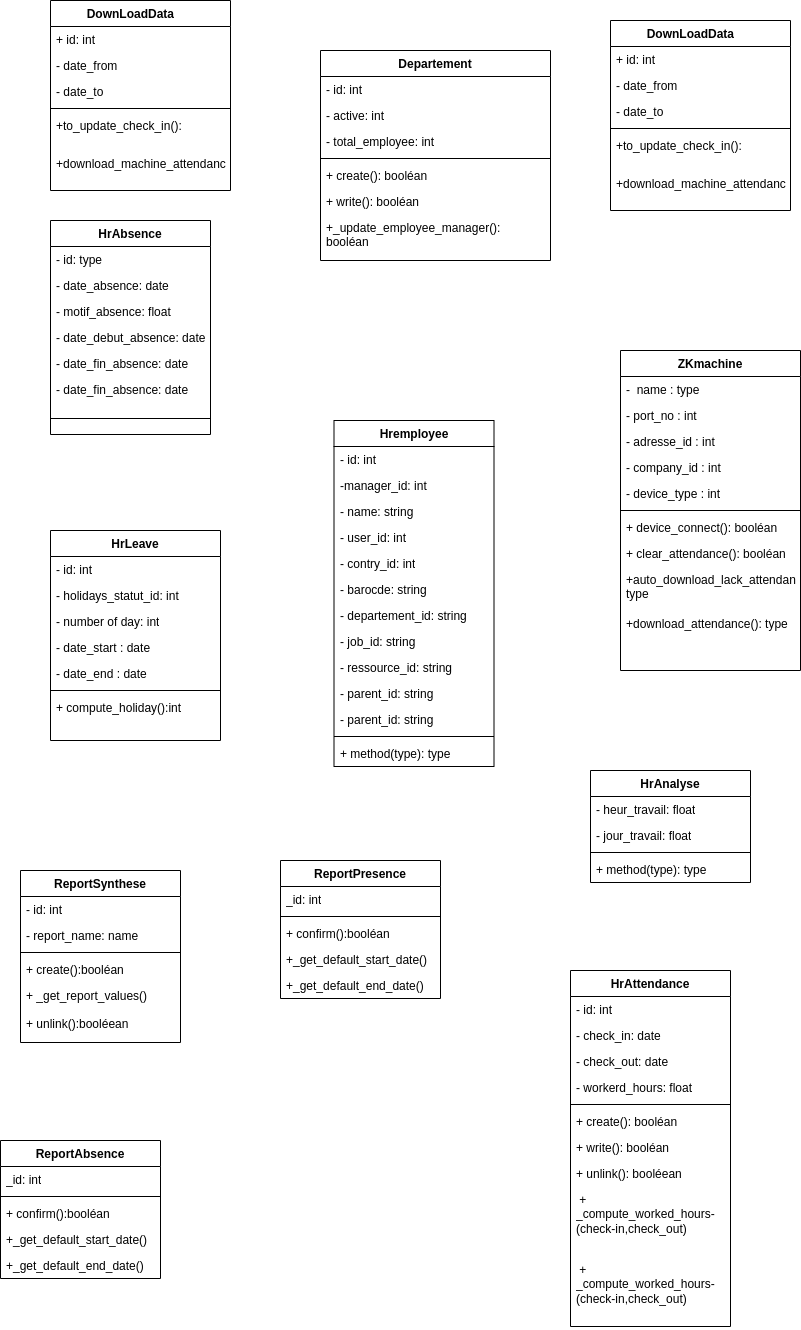
Siluearsene/borne_biometrique keeps this draw.io diagram as static/Diagramme de classe.drawio.png. Above is the earlier version. Source tidied: cells renumbered, new cells last; positions are measured from the earlier drawing's top-left corner, leaving out a move shared by most shapes.
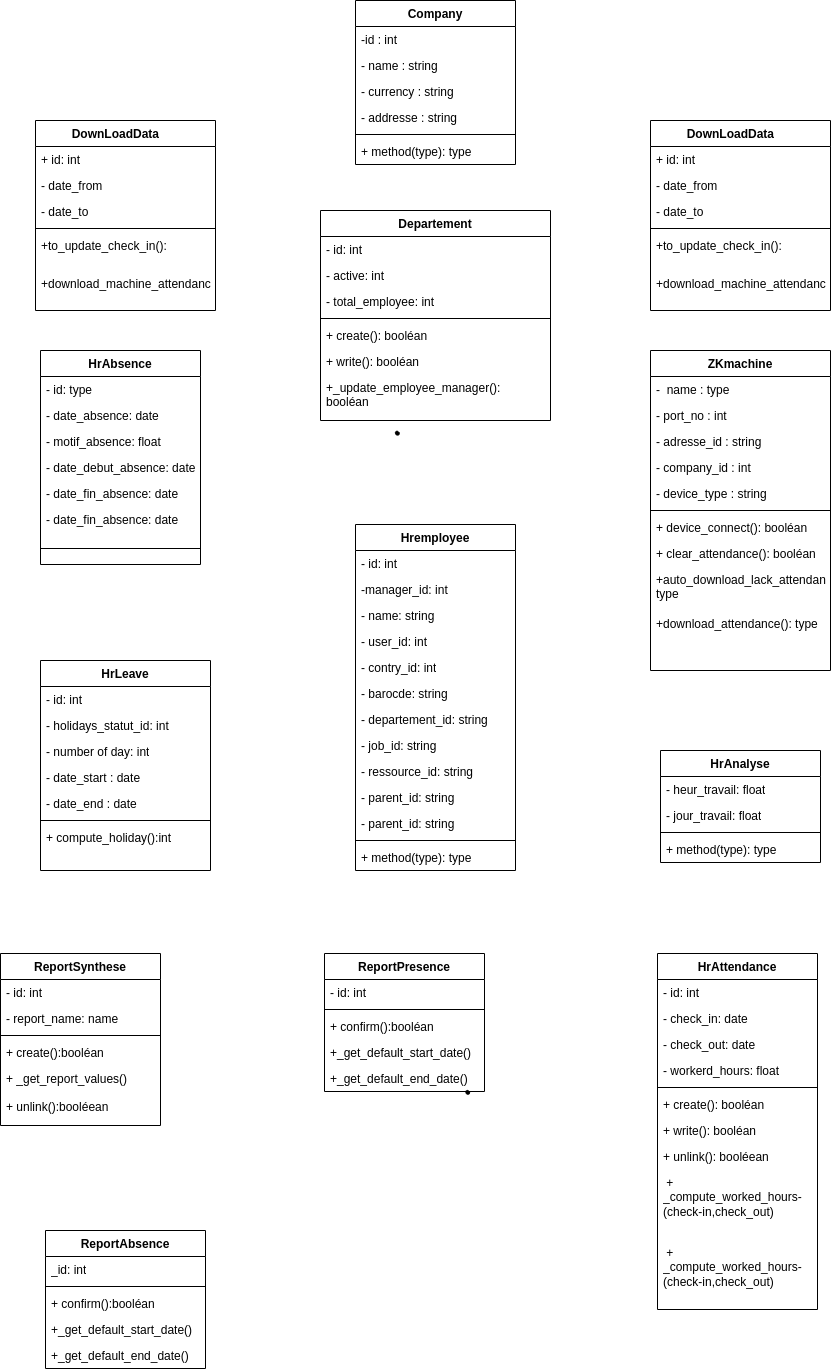
Later version of the same file.

Commit message:
Mettre à jour Diagramme de classe.drawio.png

The edit, as a diff of the source:
```diff
@@ -27,7 +27,7 @@
       <mxGeometry y="182" width="160" height="32" as="geometry" />
     </mxCell>
     <mxCell id="10" value="ZKmachine" style="swimlane;fontStyle=1;align=center;verticalAlign=top;horizontal=1;startSize=26;whiteSpace=wrap;html=1;" parent="1" vertex="1">
-      <mxGeometry x="620" y="350" width="180" height="320" as="geometry" />
+      <mxGeometry x="660" y="220" width="180" height="320" as="geometry" />
     </mxCell>
     <mxCell id="11" value="-&amp;nbsp; name : type&amp;nbsp;" style="text;strokeColor=none;fillColor=none;align=left;verticalAlign=top;spacingLeft=4;spacingRight=4;overflow=hidden;whiteSpace=wrap;html=1;" parent="10" vertex="1">
       <mxGeometry y="26" width="180" height="26" as="geometry" />
@@ -35,13 +35,13 @@
     <mxCell id="12" value="- port_no : int" style="text;strokeColor=none;fillColor=none;align=left;verticalAlign=top;spacingLeft=4;spacingRight=4;overflow=hidden;whiteSpace=wrap;html=1;" parent="10" vertex="1">
       <mxGeometry y="52" width="180" height="26" as="geometry" />
     </mxCell>
-    <mxCell id="13" value="- adresse_id : int" style="text;strokeColor=none;fillColor=none;align=left;verticalAlign=top;spacingLeft=4;spacingRight=4;overflow=hidden;whiteSpace=wrap;html=1;" parent="10" vertex="1">
+    <mxCell id="13" value="- adresse_id : string" style="text;strokeColor=none;fillColor=none;align=left;verticalAlign=top;spacingLeft=4;spacingRight=4;overflow=hidden;whiteSpace=wrap;html=1;" parent="10" vertex="1">
       <mxGeometry y="78" width="180" height="26" as="geometry" />
     </mxCell>
     <mxCell id="14" value="- company_id : int" style="text;strokeColor=none;fillColor=none;align=left;verticalAlign=top;spacingLeft=4;spacingRight=4;overflow=hidden;whiteSpace=wrap;html=1;" parent="10" vertex="1">
       <mxGeometry y="104" width="180" height="26" as="geometry" />
     </mxCell>
-    <mxCell id="15" value="- device_type : int" style="text;strokeColor=none;fillColor=none;align=left;verticalAlign=top;spacingLeft=4;spacingRight=4;overflow=hidden;whiteSpace=wrap;html=1;" parent="10" vertex="1">
+    <mxCell id="15" value="- device_type : string" style="text;strokeColor=none;fillColor=none;align=left;verticalAlign=top;spacingLeft=4;spacingRight=4;overflow=hidden;whiteSpace=wrap;html=1;" parent="10" vertex="1">
       <mxGeometry y="130" width="180" height="26" as="geometry" />
     </mxCell>
     <mxCell id="16" style="line;strokeWidth=1;fillColor=none;align=left;verticalAlign=middle;spacingTop=-1;spacingLeft=3;spacingRight=3;labelPosition=right;strokeColor=inherit;" parent="10" vertex="1">
@@ -84,7 +84,7 @@
       <mxGeometry y="164" width="170" height="46" as="geometry" />
     </mxCell>
     <mxCell id="29" value="HrAnalyse" style="swimlane;fontStyle=1;align=center;verticalAlign=top;horizontal=1;startSize=26;whiteSpace=wrap;html=1;" parent="1" vertex="1">
-      <mxGeometry x="590" y="770" width="160" height="112" as="geometry" />
+      <mxGeometry x="670" y="620" width="160" height="112" as="geometry" />
     </mxCell>
     <mxCell id="30" value="- heur_travail: float" style="text;strokeColor=none;fillColor=none;align=left;verticalAlign=top;spacingLeft=4;spacingRight=4;overflow=hidden;whiteSpace=wrap;html=1;" parent="29" vertex="1">
       <mxGeometry y="26" width="160" height="26" as="geometry" />
@@ -99,7 +99,7 @@
       <mxGeometry y="86" width="160" height="26" as="geometry" />
     </mxCell>
     <mxCell id="34" value="Hremployee" style="swimlane;fontStyle=1;align=center;verticalAlign=top;horizontal=1;startSize=26;whiteSpace=wrap;html=1;" parent="1" vertex="1">
-      <mxGeometry x="333.5" y="420" width="160" height="346" as="geometry" />
+      <mxGeometry x="365" y="394" width="160" height="346" as="geometry" />
     </mxCell>
     <mxCell id="35" value="- id: int" style="text;strokeColor=none;fillColor=none;align=left;verticalAlign=top;spacingLeft=4;spacingRight=4;overflow=hidden;whiteSpace=wrap;html=1;" parent="34" vertex="1">
       <mxGeometry y="26" width="160" height="26" as="geometry" />
@@ -141,7 +141,7 @@
       <mxGeometry y="320" width="160" height="26" as="geometry" />
     </mxCell>
     <mxCell id="48" value="HrAttendance" style="swimlane;fontStyle=1;align=center;verticalAlign=top;horizontal=1;startSize=26;whiteSpace=wrap;html=1;" parent="1" vertex="1">
-      <mxGeometry x="570" y="970" width="160" height="356" as="geometry" />
+      <mxGeometry x="667" y="823" width="160" height="356" as="geometry" />
     </mxCell>
     <mxCell id="49" value="- id: int" style="text;strokeColor=none;fillColor=none;align=left;verticalAlign=top;spacingLeft=4;spacingRight=4;overflow=hidden;whiteSpace=wrap;html=1;" parent="48" vertex="1">
       <mxGeometry y="26" width="160" height="26" as="geometry" />
@@ -174,7 +174,7 @@
       <mxGeometry y="286" width="160" height="70" as="geometry" />
     </mxCell>
     <mxCell id="59" value="ReportSynthese" style="swimlane;fontStyle=1;align=center;verticalAlign=top;horizontal=1;startSize=26;whiteSpace=wrap;html=1;" parent="1" vertex="1">
-      <mxGeometry x="20" y="870" width="160" height="172" as="geometry" />
+      <mxGeometry x="10" y="823" width="160" height="172" as="geometry" />
     </mxCell>
     <mxCell id="60" value="- id: int" style="text;strokeColor=none;fillColor=none;align=left;verticalAlign=top;spacingLeft=4;spacingRight=4;overflow=hidden;whiteSpace=wrap;html=1;" parent="59" vertex="1">
       <mxGeometry y="26" width="160" height="26" as="geometry" />
@@ -195,9 +195,9 @@
       <mxGeometry y="140" width="160" height="32" as="geometry" />
     </mxCell>
     <mxCell id="66" value="ReportPresence" style="swimlane;fontStyle=1;align=center;verticalAlign=top;horizontal=1;startSize=26;whiteSpace=wrap;html=1;" parent="1" vertex="1">
-      <mxGeometry x="280" y="860" width="160" height="138" as="geometry" />
+      <mxGeometry x="334" y="823" width="160" height="138" as="geometry" />
     </mxCell>
-    <mxCell id="67" value="_id: int" style="text;strokeColor=none;fillColor=none;align=left;verticalAlign=top;spacingLeft=4;spacingRight=4;overflow=hidden;whiteSpace=wrap;html=1;" parent="66" vertex="1">
+    <mxCell id="67" value="- id: int" style="text;strokeColor=none;fillColor=none;align=left;verticalAlign=top;spacingLeft=4;spacingRight=4;overflow=hidden;whiteSpace=wrap;html=1;" parent="66" vertex="1">
       <mxGeometry y="26" width="160" height="26" as="geometry" />
     </mxCell>
     <mxCell id="68" style="line;strokeWidth=1;fillColor=none;align=left;verticalAlign=middle;spacingTop=-1;spacingLeft=3;spacingRight=3;labelPosition=right;strokeColor=inherit;" parent="66" vertex="1">
@@ -213,7 +213,7 @@
       <mxGeometry y="112" width="160" height="26" as="geometry" />
     </mxCell>
     <mxCell id="72" value="DownLoadData&lt;span style=&quot;white-space: pre;&quot;&gt;&#9;&lt;/span&gt;" style="swimlane;fontStyle=1;align=center;verticalAlign=top;horizontal=1;startSize=26;whiteSpace=wrap;html=1;" parent="1" vertex="1">
-      <mxGeometry x="610" y="20" width="180" height="190" as="geometry" />
+      <mxGeometry x="660" y="-10" width="180" height="190" as="geometry" />
     </mxCell>
     <mxCell id="73" value="+ id: int" style="text;strokeColor=none;fillColor=none;align=left;verticalAlign=top;spacingLeft=4;spacingRight=4;overflow=hidden;whiteSpace=wrap;html=1;" parent="72" vertex="1">
       <mxGeometry y="26" width="180" height="26" as="geometry" />
@@ -234,7 +234,7 @@
       <mxGeometry y="150" width="180" height="40" as="geometry" />
     </mxCell>
     <mxCell id="79" value="DownLoadData&lt;span style=&quot;white-space: pre;&quot;&gt;&#9;&lt;/span&gt;" style="swimlane;fontStyle=1;align=center;verticalAlign=top;horizontal=1;startSize=26;whiteSpace=wrap;html=1;" parent="1" vertex="1">
-      <mxGeometry x="50" width="180" height="190" as="geometry" />
+      <mxGeometry x="45" y="-10" width="180" height="190" as="geometry" />
     </mxCell>
     <mxCell id="80" value="+ id: int" style="text;strokeColor=none;fillColor=none;align=left;verticalAlign=top;spacingLeft=4;spacingRight=4;overflow=hidden;whiteSpace=wrap;html=1;" parent="79" vertex="1">
       <mxGeometry y="26" width="180" height="26" as="geometry" />
@@ -255,7 +255,7 @@
       <mxGeometry y="150" width="180" height="40" as="geometry" />
     </mxCell>
     <mxCell id="86" value="ReportAbsence" style="swimlane;fontStyle=1;align=center;verticalAlign=top;horizontal=1;startSize=26;whiteSpace=wrap;html=1;" parent="1" vertex="1">
-      <mxGeometry y="1140" width="160" height="138" as="geometry" />
+      <mxGeometry x="55" y="1100" width="160" height="138" as="geometry" />
     </mxCell>
     <mxCell id="87" value="_id: int" style="text;strokeColor=none;fillColor=none;align=left;verticalAlign=top;spacingLeft=4;spacingRight=4;overflow=hidden;whiteSpace=wrap;html=1;" parent="86" vertex="1">
       <mxGeometry y="26" width="160" height="26" as="geometry" />
@@ -273,7 +273,7 @@
       <mxGeometry y="112" width="160" height="26" as="geometry" />
     </mxCell>
     <mxCell id="92" value="Departement" style="swimlane;fontStyle=1;align=center;verticalAlign=top;horizontal=1;startSize=26;whiteSpace=wrap;html=1;" parent="1" vertex="1">
-      <mxGeometry x="320" y="50" width="230" height="210" as="geometry" />
+      <mxGeometry x="330" y="80" width="230" height="210" as="geometry" />
     </mxCell>
     <mxCell id="93" value="- id: int" style="text;strokeColor=none;fillColor=none;align=left;verticalAlign=top;spacingLeft=4;spacingRight=4;overflow=hidden;whiteSpace=wrap;html=1;" parent="92" vertex="1">
       <mxGeometry y="26" width="230" height="26" as="geometry" />
@@ -296,5 +296,32 @@
     <mxCell id="99" value="+_update_employee_manager&lt;span style=&quot;background-color: initial;&quot;&gt;(): booléan&lt;/span&gt;" style="text;strokeColor=none;fillColor=none;align=left;verticalAlign=top;spacingLeft=4;spacingRight=4;overflow=hidden;whiteSpace=wrap;html=1;" parent="92" vertex="1">
       <mxGeometry y="164" width="230" height="46" as="geometry" />
     </mxCell>
+    <mxCell id="100" style="shape=(stored shape, 640 characters);lineShape=1;" parent="1" vertex="1">
+      <mxGeometry x="404.9" y="300.7" width="3.7" height="3.7" as="geometry" />
+    </mxCell>
+    <mxCell id="101" style="shape=(stored shape, 640 characters);lineShape=1;" parent="1" vertex="1">
+      <mxGeometry x="475.3" y="959.9" width="3.7" height="3.7" as="geometry" />
+    </mxCell>
+    <mxCell id="102" value="Company" style="swimlane;fontStyle=1;align=center;verticalAlign=top;horizontal=1;startSize=26;whiteSpace=wrap;html=1;" parent="1" vertex="1">
+      <mxGeometry x="365" y="-130" width="160" height="164" as="geometry" />
+    </mxCell>
+    <mxCell id="103" value="-id : int" style="text;strokeColor=none;fillColor=none;align=left;verticalAlign=top;spacingLeft=4;spacingRight=4;overflow=hidden;whiteSpace=wrap;html=1;" parent="102" vertex="1">
+      <mxGeometry y="26" width="160" height="26" as="geometry" />
+    </mxCell>
+    <mxCell id="104" value="- name : string" style="text;strokeColor=none;fillColor=none;align=left;verticalAlign=top;spacingLeft=4;spacingRight=4;overflow=hidden;whiteSpace=wrap;html=1;" parent="102" vertex="1">
+      <mxGeometry y="52" width="160" height="26" as="geometry" />
+    </mxCell>
+    <mxCell id="105" value="- currency : string" style="text;strokeColor=none;fillColor=none;align=left;verticalAlign=top;spacingLeft=4;spacingRight=4;overflow=hidden;whiteSpace=wrap;html=1;" parent="102" vertex="1">
+      <mxGeometry y="78" width="160" height="26" as="geometry" />
+    </mxCell>
+    <mxCell id="106" value="- addresse : string" style="text;strokeColor=none;fillColor=none;align=left;verticalAlign=top;spacingLeft=4;spacingRight=4;overflow=hidden;whiteSpace=wrap;html=1;" parent="102" vertex="1">
+      <mxGeometry y="104" width="160" height="26" as="geometry" />
+    </mxCell>
+    <mxCell id="107" style="line;strokeWidth=1;fillColor=none;align=left;verticalAlign=middle;spacingTop=-1;spacingLeft=3;spacingRight=3;labelPosition=right;strokeColor=inherit;" parent="102" vertex="1">
+      <mxGeometry y="130" width="160" height="8" as="geometry" />
+    </mxCell>
+    <mxCell id="108" value="+ method(type): type" style="text;strokeColor=none;fillColor=none;align=left;verticalAlign=top;spacingLeft=4;spacingRight=4;overflow=hidden;whiteSpace=wrap;html=1;" parent="102" vertex="1">
+      <mxGeometry y="138" width="160" height="26" as="geometry" />
+    </mxCell>
   </root>
 </mxGraphModel>
```
